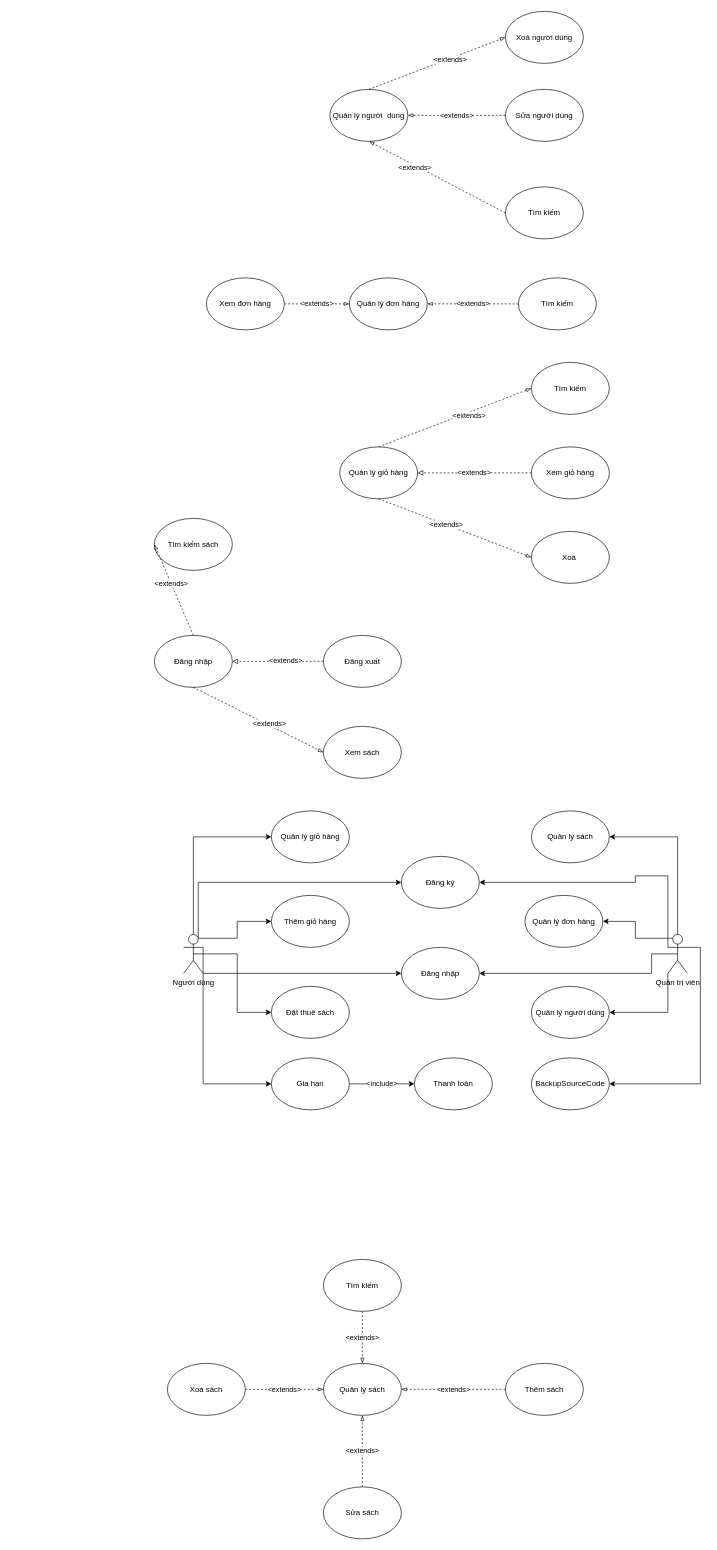
The draw.io diagram Untitled Diagram.drawio in leehoang21/uml, before the edit. Source tidied: cells renumbered, new cells numbered last; positions are measured from the earlier drawing's top-left corner, leaving out a move shared by most shapes. Both pictures are drawn from the tidied source at 65%, with x=0, y=0 at pixel (154, 11).
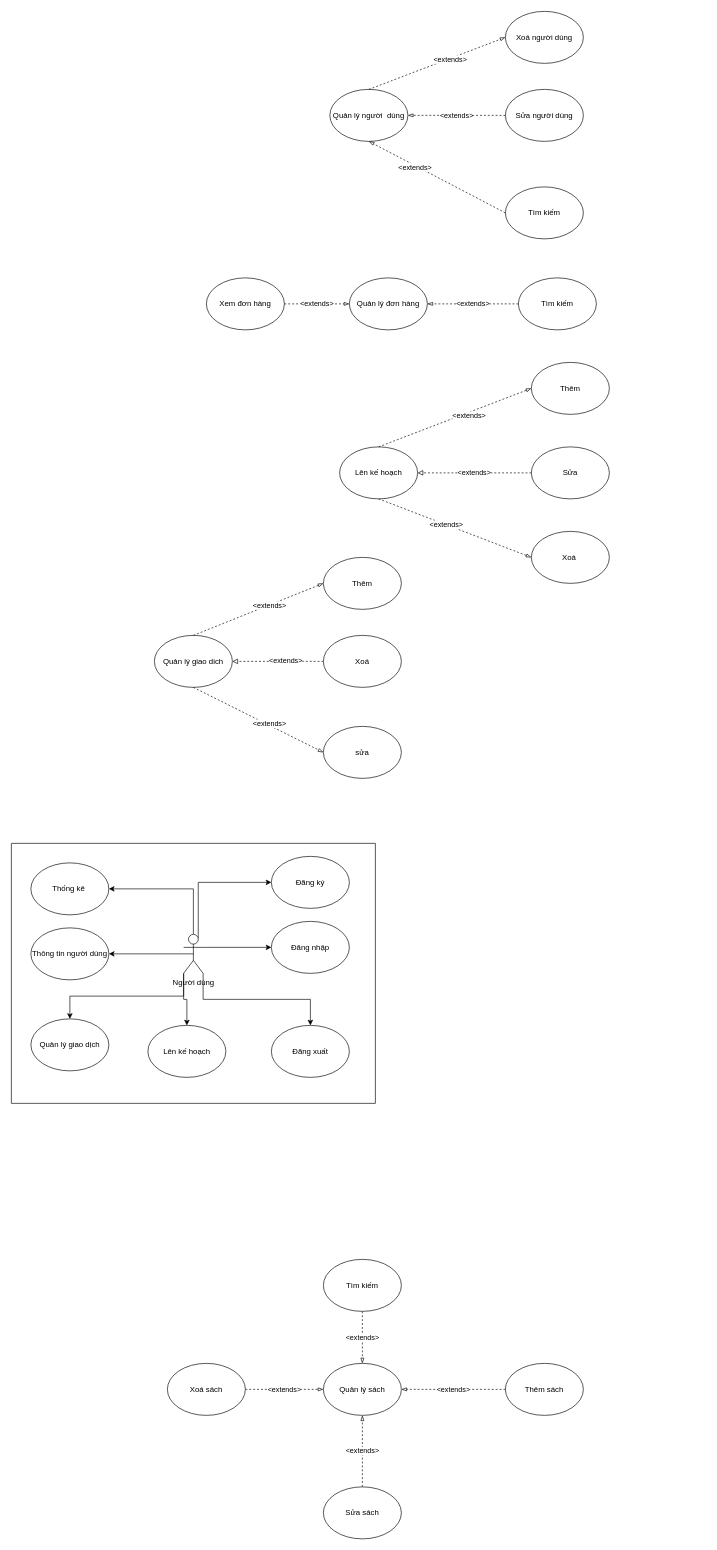
Above is the later version.

Unchanged cells that the change refers to:
```xml
<mxCell id="29" value="Người dùng" style="shape=umlActor;verticalLabelPosition=bottom;verticalAlign=top;html=1;outlineConnect=0;" parent="1" vertex="1">
  <mxGeometry x="45" y="1420" width="30" height="60" as="geometry" />
</mxCell>
```

The edit, as a diff of the source:
```diff
@@
-    <mxCell id="12" value="Quản lý giỏ hàng" style="ellipse;whiteSpace=wrap;html=1;" parent="1" vertex="1">
+    <mxCell id="12" value="Lên kế hoạch" style="ellipse;whiteSpace=wrap;html=1;" parent="1" vertex="1">
       <mxGeometry x="285" y="670" width="120" height="80" as="geometry" />
     </mxCell>
@@
-    <mxCell id="14" value="Xem giỏ hàng" style="ellipse;whiteSpace=wrap;html=1;" parent="1" vertex="1">
+    <mxCell id="14" value="Sửa" style="ellipse;whiteSpace=wrap;html=1;" parent="1" vertex="1">
       <mxGeometry x="580" y="670" width="120" height="80" as="geometry" />
     </mxCell>
@@
-    <mxCell id="16" value="Tìm kiếm" style="ellipse;whiteSpace=wrap;html=1;" parent="1" vertex="1">
+    <mxCell id="16" value="Thêm" style="ellipse;whiteSpace=wrap;html=1;" parent="1" vertex="1">
       <mxGeometry x="580" y="540" width="120" height="80" as="geometry" />
     </mxCell>
-    <mxCell id="17" value="Đăng nhập" style="ellipse;whiteSpace=wrap;html=1;" parent="1" vertex="1">
+    <mxCell id="17" value="Quản lý giao dich" style="ellipse;whiteSpace=wrap;html=1;" parent="1" vertex="1">
       <mxGeometry y="960" width="120" height="80" as="geometry" />
     </mxCell>
-    <mxCell id="18" value="Xem sách" style="ellipse;whiteSpace=wrap;html=1;" parent="1" vertex="1">
+    <mxCell id="18" value="sửa" style="ellipse;whiteSpace=wrap;html=1;" parent="1" vertex="1">
       <mxGeometry x="260" y="1100" width="120" height="80" as="geometry" />
     </mxCell>
@@
-    <mxCell id="21" value="Đăng xuất" style="ellipse;whiteSpace=wrap;html=1;" parent="1" vertex="1">
+    <mxCell id="21" value="Xoá" style="ellipse;whiteSpace=wrap;html=1;" parent="1" vertex="1">
       <mxGeometry x="260" y="960" width="120" height="80" as="geometry" />
     </mxCell>
-    <mxCell id="22" value="Tìm kiếm sách" style="ellipse;whiteSpace=wrap;html=1;" parent="1" vertex="1">
-      <mxGeometry y="780" width="120" height="80" as="geometry" />
+    <mxCell id="22" value="Thêm" style="ellipse;whiteSpace=wrap;html=1;" parent="1" vertex="1">
+      <mxGeometry x="260" y="840" width="120" height="80" as="geometry" />
     </mxCell>
-    <mxCell id="23" style="edgeStyle=orthogonalEdgeStyle;rounded=0;jettySize=auto;html=1;exitX=0.5;exitY=0;exitDx=0;exitDy=0;exitPerimeter=0;entryX=0;entryY=0.5;entryDx=0;entryDy=0;" parent="1" edge="1" source="29" target="38">
-      <mxGeometry relative="1" as="geometry" />
-    </mxCell>
-    <mxCell id="24" style="edgeStyle=orthogonalEdgeStyle;rounded=0;jettySize=auto;html=1;exitX=0.75;exitY=0.1;exitDx=0;exitDy=0;exitPerimeter=0;entryX=0;entryY=0.5;entryDx=0;entryDy=0;" parent="1" edge="1" source="29" target="48">
-      <mxGeometry relative="1" as="geometry" />
-    </mxCell>
+    <mxCell id="28" style="edgeStyle=orthogonalEdgeStyle;rounded=0;jettySize=auto;html=1;exitX=0.75;exitY=0.1;exitDx=0;exitDy=0;exitPerimeter=0;entryX=0;entryY=0.5;entryDx=0;entryDy=0;" parent="1" edge="1" source="29" target="43">
+      <mxGeometry relative="1" as="geometry">
+        <Array as="points">
+          <mxPoint x="68" y="1340" />
+        </Array>
+      </mxGeometry>
+    </mxCell>
+    <mxCell id="27" style="edgeStyle=orthogonalEdgeStyle;rounded=0;jettySize=auto;html=1;exitX=1;exitY=0.3333333333333333;exitDx=0;exitDy=0;exitPerimeter=0;entryX=0;entryY=0.5;entryDx=0;entryDy=0;" parent="1" edge="1" source="29" target="42">
+      <mxGeometry relative="1" as="geometry" />
+    </mxCell>
-    <mxCell id="25" style="edgeStyle=orthogonalEdgeStyle;rounded=0;jettySize=auto;html=1;exitX=1;exitY=1;exitDx=0;exitDy=0;exitPerimeter=0;entryX=0;entryY=0.5;entryDx=0;entryDy=0;" parent="1" edge="1" source="29" target="46">
+    <mxCell id="25" style="edgeStyle=orthogonalEdgeStyle;rounded=0;jettySize=auto;html=1;exitX=1;exitY=1;exitDx=0;exitDy=0;exitPerimeter=0;entryX=0.5;entryY=0;entryDx=0;entryDy=0;" parent="1" edge="1" source="29" target="46">
       <mxGeometry relative="1" as="geometry" />
     </mxCell>
-    <mxCell id="26" style="edgeStyle=orthogonalEdgeStyle;rounded=0;jettySize=auto;html=1;exitX=0.5;exitY=0.5;exitDx=0;exitDy=0;exitPerimeter=0;entryX=0;entryY=0.5;entryDx=0;entryDy=0;" parent="1" edge="1" source="29" target="47">
-      <mxGeometry relative="1" as="geometry" />
-    </mxCell>
-    <mxCell id="27" style="edgeStyle=orthogonalEdgeStyle;rounded=0;jettySize=auto;html=1;exitX=1;exitY=0.3333333333333333;exitDx=0;exitDy=0;exitPerimeter=0;" parent="1" edge="1" source="29" target="42">
-      <mxGeometry relative="1" as="geometry">
-        <Array as="points">
-          <mxPoint x="75" y="1480" />
-        </Array>
-      </mxGeometry>
-    </mxCell>
-    <mxCell id="28" style="edgeStyle=orthogonalEdgeStyle;rounded=0;jettySize=auto;html=1;exitX=0.75;exitY=0.1;exitDx=0;exitDy=0;exitPerimeter=0;entryX=0;entryY=0.5;entryDx=0;entryDy=0;" parent="1" edge="1" source="29" target="43">
-      <mxGeometry relative="1" as="geometry">
-        <Array as="points">
-          <mxPoint x="68" y="1340" />
-        </Array>
-      </mxGeometry>
-    </mxCell>
+    <mxCell id="70" style="edgeStyle=orthogonalEdgeStyle;rounded=0;jettySize=auto;html=1;exitX=0;exitY=1;exitDx=0;exitDy=0;exitPerimeter=0;entryX=0.5;entryY=0;entryDx=0;entryDy=0;" parent="1" edge="1" source="29" target="75">
+      <mxGeometry relative="1" as="geometry" />
+    </mxCell>
+    <mxCell id="71" style="edgeStyle=orthogonalEdgeStyle;rounded=0;jettySize=auto;html=1;exitX=0;exitY=1;exitDx=0;exitDy=0;exitPerimeter=0;" parent="1" edge="1" source="29" target="77">
+      <mxGeometry relative="1" as="geometry" />
+    </mxCell>
+    <mxCell id="72" style="edgeStyle=orthogonalEdgeStyle;rounded=0;jettySize=auto;html=1;exitX=0.5;exitY=0.5;exitDx=0;exitDy=0;exitPerimeter=0;" parent="1" edge="1" source="29" target="76">
+      <mxGeometry relative="1" as="geometry" />
+    </mxCell>
+    <mxCell id="73" style="edgeStyle=orthogonalEdgeStyle;rounded=0;jettySize=auto;html=1;exitX=0.5;exitY=0;exitDx=0;exitDy=0;exitPerimeter=0;entryX=1;entryY=0.5;entryDx=0;entryDy=0;" parent="1" edge="1" source="29" target="74">
+      <mxGeometry relative="1" as="geometry" />
+    </mxCell>
@@
-    <mxCell id="30" style="edgeStyle=orthogonalEdgeStyle;rounded=0;jettySize=auto;html=1;exitX=0.5;exitY=0;exitDx=0;exitDy=0;exitPerimeter=0;entryX=1;entryY=0.5;entryDx=0;entryDy=0;" parent="1" edge="1" source="36" target="39">
-      <mxGeometry relative="1" as="geometry" />
-    </mxCell>
-    <mxCell id="31" style="edgeStyle=orthogonalEdgeStyle;rounded=0;jettySize=auto;html=1;exitX=1;exitY=0.3333333333333333;exitDx=0;exitDy=0;exitPerimeter=0;entryX=1;entryY=0.5;entryDx=0;entryDy=0;" parent="1" edge="1" source="36" target="40">
-      <mxGeometry relative="1" as="geometry" />
-    </mxCell>
-    <mxCell id="32" style="edgeStyle=orthogonalEdgeStyle;rounded=0;jettySize=auto;html=1;exitX=0;exitY=0.3333333333333333;exitDx=0;exitDy=0;exitPerimeter=0;" parent="1" edge="1" source="36" target="43">
-      <mxGeometry relative="1" as="geometry">
-        <Array as="points">
-          <mxPoint x="740" y="1330" />
-          <mxPoint x="740" y="1340" />
-        </Array>
-      </mxGeometry>
-    </mxCell>
-    <mxCell id="33" style="edgeStyle=orthogonalEdgeStyle;rounded=0;jettySize=auto;html=1;exitX=0.5;exitY=0.5;exitDx=0;exitDy=0;exitPerimeter=0;entryX=1;entryY=0.5;entryDx=0;entryDy=0;" parent="1" edge="1" source="36" target="42">
-      <mxGeometry relative="1" as="geometry">
-        <Array as="points">
-          <mxPoint x="765" y="1480" />
-        </Array>
-      </mxGeometry>
-    </mxCell>
-    <mxCell id="34" style="edgeStyle=orthogonalEdgeStyle;rounded=0;jettySize=auto;html=1;exitX=0.25;exitY=0.1;exitDx=0;exitDy=0;exitPerimeter=0;entryX=1;entryY=0.5;entryDx=0;entryDy=0;" parent="1" edge="1" source="36" target="37">
-      <mxGeometry relative="1" as="geometry" />
-    </mxCell>
-    <mxCell id="35" style="edgeStyle=orthogonalEdgeStyle;rounded=0;jettySize=auto;html=1;exitX=0;exitY=1;exitDx=0;exitDy=0;exitPerimeter=0;entryX=1;entryY=0.5;entryDx=0;entryDy=0;" parent="1" edge="1" source="36" target="41">
-      <mxGeometry relative="1" as="geometry" />
-    </mxCell>
-    <mxCell id="36" value="Quản trị viên" style="shape=umlActor;verticalLabelPosition=bottom;verticalAlign=top;html=1;outlineConnect=0;" parent="1" vertex="1">
-      <mxGeometry x="790" y="1420" width="30" height="60" as="geometry" />
-    </mxCell>
-    <mxCell id="37" value="Quản lý đơn hàng" style="ellipse;whiteSpace=wrap;html=1;" parent="1" vertex="1">
-      <mxGeometry x="570" y="1360" width="120" height="80" as="geometry" />
-    </mxCell>
-    <mxCell id="38" value="Quản lý giỏ hàng" style="ellipse;whiteSpace=wrap;html=1;" parent="1" vertex="1">
-      <mxGeometry x="180" y="1230" width="120" height="80" as="geometry" />
-    </mxCell>
-    <mxCell id="39" value="Quản lý sách" style="ellipse;whiteSpace=wrap;html=1;" parent="1" vertex="1">
-      <mxGeometry x="580" y="1230" width="120" height="80" as="geometry" />
-    </mxCell>
-    <mxCell id="40" value="BackupSourceCode" style="ellipse;whiteSpace=wrap;html=1;" parent="1" vertex="1">
-      <mxGeometry x="580" y="1610" width="120" height="80" as="geometry" />
-    </mxCell>
-    <mxCell id="41" value="Quản lý người dùng" style="ellipse;whiteSpace=wrap;html=1;" parent="1" vertex="1">
-      <mxGeometry x="580" y="1500" width="120" height="80" as="geometry" />
-    </mxCell>
     <mxCell id="42" value="Đăng nhập" style="ellipse;whiteSpace=wrap;html=1;" parent="1" vertex="1">
-      <mxGeometry x="380" y="1440" width="120" height="80" as="geometry" />
+      <mxGeometry x="180" y="1400" width="120" height="80" as="geometry" />
     </mxCell>
     <mxCell id="43" value="Đăng ký" style="ellipse;whiteSpace=wrap;html=1;" parent="1" vertex="1">
-      <mxGeometry x="380" y="1300" width="120" height="80" as="geometry" />
+      <mxGeometry x="180" y="1300" width="120" height="80" as="geometry" />
     </mxCell>
-    <mxCell id="44" value="Thanh toán" style="ellipse;whiteSpace=wrap;html=1;" parent="1" vertex="1">
-      <mxGeometry x="400" y="1610" width="120" height="80" as="geometry" />
-    </mxCell>
-    <mxCell id="45" value="&amp;lt;include&amp;gt;" style="edgeStyle=orthogonalEdgeStyle;rounded=0;jettySize=auto;html=1;exitX=1;exitY=0.5;exitDx=0;exitDy=0;" parent="1" edge="1" source="46" target="44">
-      <mxGeometry relative="1" as="geometry" />
-    </mxCell>
-    <mxCell id="46" value="Gia hạn" style="ellipse;whiteSpace=wrap;html=1;" parent="1" vertex="1">
-      <mxGeometry x="180" y="1610" width="120" height="80" as="geometry" />
+    <mxCell id="46" value="Đăng xuất" style="ellipse;whiteSpace=wrap;html=1;" parent="1" vertex="1">
+      <mxGeometry x="180" y="1560" width="120" height="80" as="geometry" />
     </mxCell>
-    <mxCell id="47" value="Đặt thuê sách" style="ellipse;whiteSpace=wrap;html=1;" parent="1" vertex="1">
-      <mxGeometry x="180" y="1500" width="120" height="80" as="geometry" />
-    </mxCell>
-    <mxCell id="48" value="Thêm giỏ hàng" style="ellipse;whiteSpace=wrap;html=1;" parent="1" vertex="1">
-      <mxGeometry x="180" y="1360" width="120" height="80" as="geometry" />
-    </mxCell>
@@
+    <mxCell id="74" value="Thống kê&amp;nbsp;" style="ellipse;whiteSpace=wrap;html=1;" parent="1" vertex="1">
+      <mxGeometry x="-190" y="1310" width="120" height="80" as="geometry" />
+    </mxCell>
+    <mxCell id="75" value="Lên kế hoạch" style="ellipse;whiteSpace=wrap;html=1;" parent="1" vertex="1">
+      <mxGeometry x="-10" y="1560" width="120" height="80" as="geometry" />
+    </mxCell>
+    <mxCell id="76" value="Thông tin người dùng" style="ellipse;whiteSpace=wrap;html=1;" parent="1" vertex="1">
+      <mxGeometry x="-190" y="1410" width="120" height="80" as="geometry" />
+    </mxCell>
+    <mxCell id="77" value="Quản lý giao dịch" style="ellipse;whiteSpace=wrap;html=1;" parent="1" vertex="1">
+      <mxGeometry x="-190" y="1550" width="120" height="80" as="geometry" />
+    </mxCell>
+    <mxCell id="78" style="endArrow=none;html=1;rounded=0;" parent="1" edge="1">
+      <mxGeometry relative="1" as="geometry">
+        <mxPoint x="340" y="1680" as="sourcePoint" />
+        <mxPoint x="340" y="1280" as="targetPoint" />
+      </mxGeometry>
+    </mxCell>
+    <mxCell id="79" style="endArrow=none;html=1;rounded=0;" parent="1" edge="1">
+      <mxGeometry relative="1" as="geometry">
+        <mxPoint x="340" y="1680" as="sourcePoint" />
+        <mxPoint x="-220" y="1680" as="targetPoint" />
+      </mxGeometry>
+    </mxCell>
+    <mxCell id="80" style="endArrow=none;html=1;rounded=0;" parent="1" edge="1">
+      <mxGeometry relative="1" as="geometry">
+        <mxPoint x="340" y="1280" as="sourcePoint" />
+        <mxPoint x="-220" y="1280" as="targetPoint" />
+      </mxGeometry>
+    </mxCell>
+    <mxCell id="81" style="endArrow=none;html=1;rounded=0;" parent="1" edge="1">
+      <mxGeometry relative="1" as="geometry">
+        <mxPoint x="-220" y="1680" as="sourcePoint" />
+        <mxPoint x="-220" y="1280" as="targetPoint" />
+      </mxGeometry>
+    </mxCell>
```
